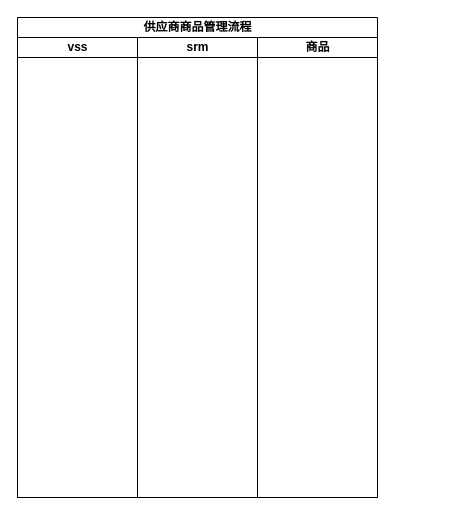
The draw.io diagram 供应商商品管理.drawio in jiangtao2048/diagrams, before the edit. Source tidied: cells renumbered, new cells numbered last; positions are measured from the earlier drawing's top-left corner, leaving out a move shared by most shapes. Both pictures are drawn from the tidied source at 100%, with x=0, y=0 at pixel (17, 17).
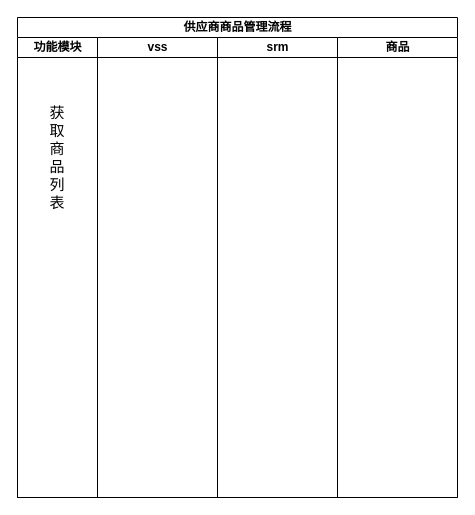
After the change.

Commit message (it also covers changes not shown here):
更新供应商商品管理.drawio

Change to the diagram source:
```diff
@@
 <mxGraphModel>
   <root>
     <mxCell id="0" />
     <mxCell id="1" parent="0" />
     <mxCell id="2" value="供应商商品管理流程" style="swimlane;startSize=20;html=1;" parent="1" vertex="1">
-      <mxGeometry width="360" height="480" as="geometry" />
+      <mxGeometry width="440" height="480" as="geometry" />
     </mxCell>
+    <mxCell id="6" value="功能模块" style="swimlane;startSize=20;html=1;" parent="2" vertex="1">
+      <mxGeometry y="20" width="80" height="460" as="geometry" />
+    </mxCell>
+    <mxCell id="7" value="&lt;font style=&quot;font-size: 15px;&quot;&gt;获取商品列表&lt;/font&gt;" style="text;html=1;strokeColor=none;fillColor=none;align=center;verticalAlign=middle;whiteSpace=wrap;rounded=0;textDirection=ltr;horizontal=0;rotation=90;" parent="6" vertex="1">
+      <mxGeometry x="-15" y="105" width="110" height="30" as="geometry" />
+    </mxCell>
     <mxCell id="3" value="vss" style="swimlane;startSize=20;html=1;" parent="2" vertex="1">
-      <mxGeometry y="20" width="120" height="460" as="geometry" />
+      <mxGeometry x="80" y="20" width="120" height="460" as="geometry" />
     </mxCell>
     <mxCell id="4" value="srm" style="swimlane;startSize=20;html=1;" parent="2" vertex="1">
-      <mxGeometry x="120" y="20" width="120" height="460" as="geometry" />
+      <mxGeometry x="200" y="20" width="120" height="460" as="geometry" />
     </mxCell>
     <mxCell id="5" value="商品" style="swimlane;startSize=20;html=1;" parent="2" vertex="1">
-      <mxGeometry x="240" y="20" width="120" height="460" as="geometry" />
+      <mxGeometry x="320" y="20" width="120" height="460" as="geometry" />
     </mxCell>
   </root>
 </mxGraphModel>
```
